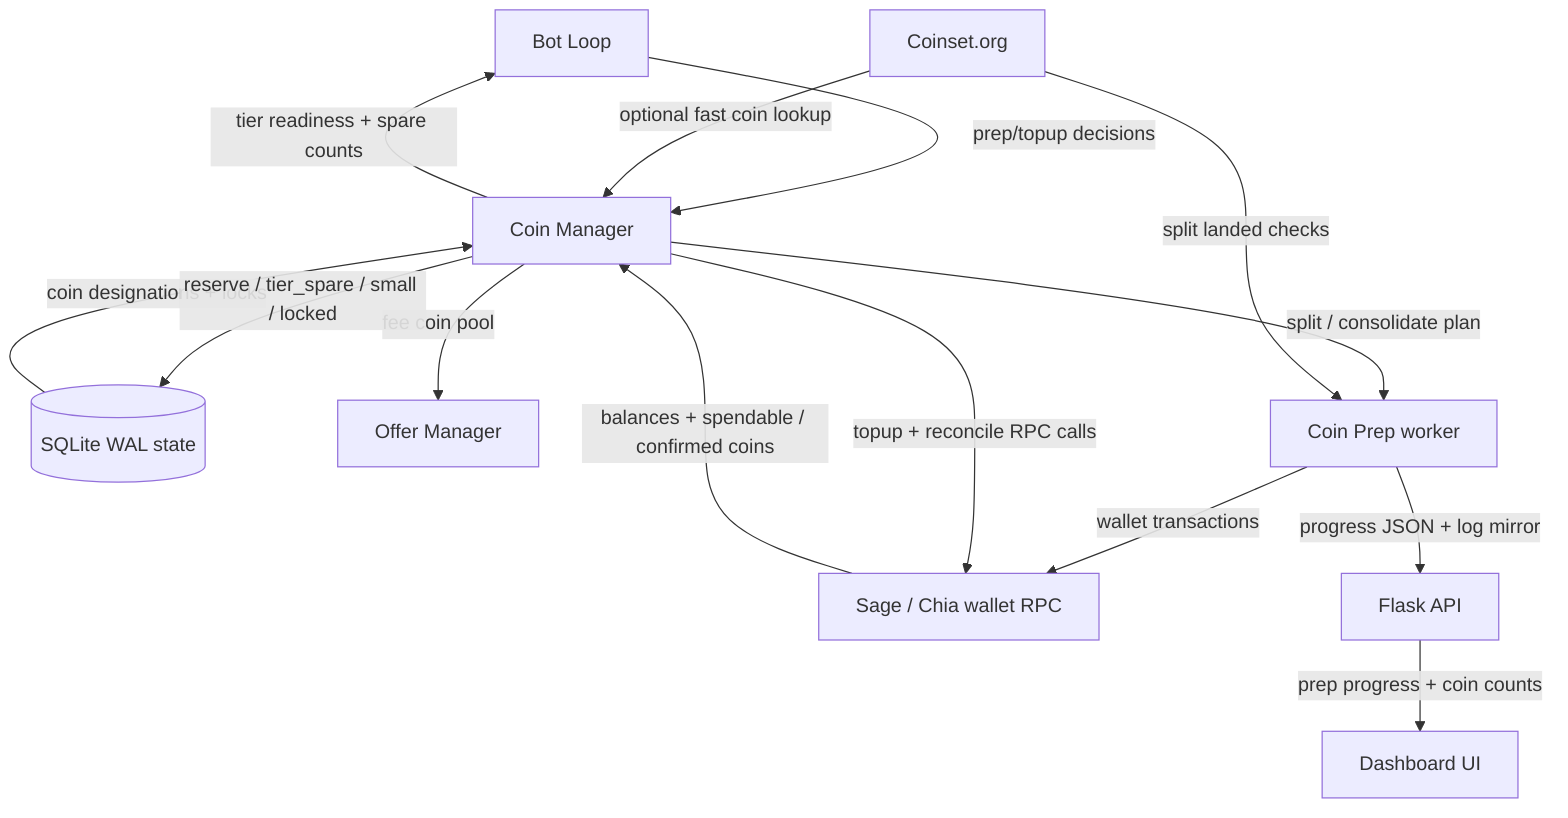
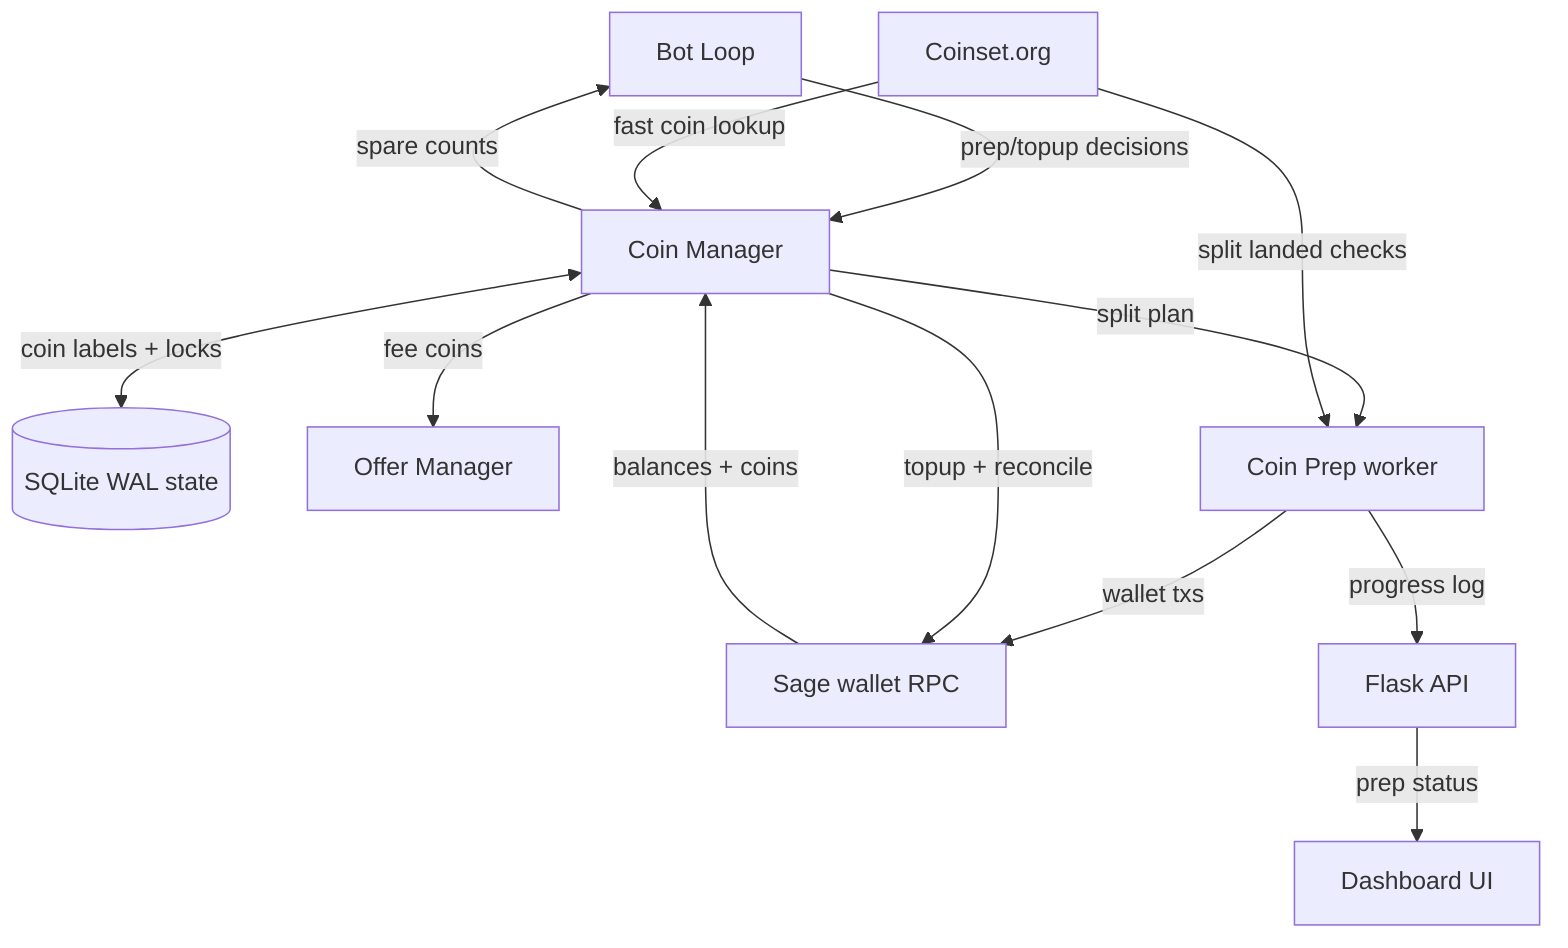
flowchart TB
    BL["Bot Loop"] -->|prep/topup decisions| CM["Coin Manager"]
-     W["Sage / Chia wallet RPC"] -->|balances + spendable / confirmed coins| CM
-     CS["Coinset.org"] -->|optional fast coin lookup| CM
-     DB[("SQLite WAL state")] -->|coin designations + locks| CM
+     W["Sage wallet RPC"] -->|balances + coins| CM
+     CS["Coinset.org"] -->|fast coin lookup| CM
+     CM <-->|coin labels + locks| DB[("SQLite WAL state")]

-     CM -->|tier readiness + spare counts| BL
-     CM -->|fee coin pool| OM["Offer Manager"]
-     CM -->|split / consolidate plan| CP["Coin Prep worker"]
+     CM -->|spare counts| BL
+     CM -->|fee coins| OM["Offer Manager"]
+     CM -->|split plan| CP["Coin Prep worker"]
    CS -->|split landed checks| CP
-     CP -->|wallet transactions| W
-     CP -->|progress JSON + log mirror| API["Flask API"]
+     CP -->|wallet txs| W
+     CP -->|progress log| API["Flask API"]

-     CM -->|reserve / tier_spare / small / locked| DB
-     API -->|prep progress + coin counts| UI["Dashboard UI"]
+     API -->|prep status| UI["Dashboard UI"]

-     CM -->|topup + reconcile RPC calls| W
+     CM -->|topup + reconcile| W
